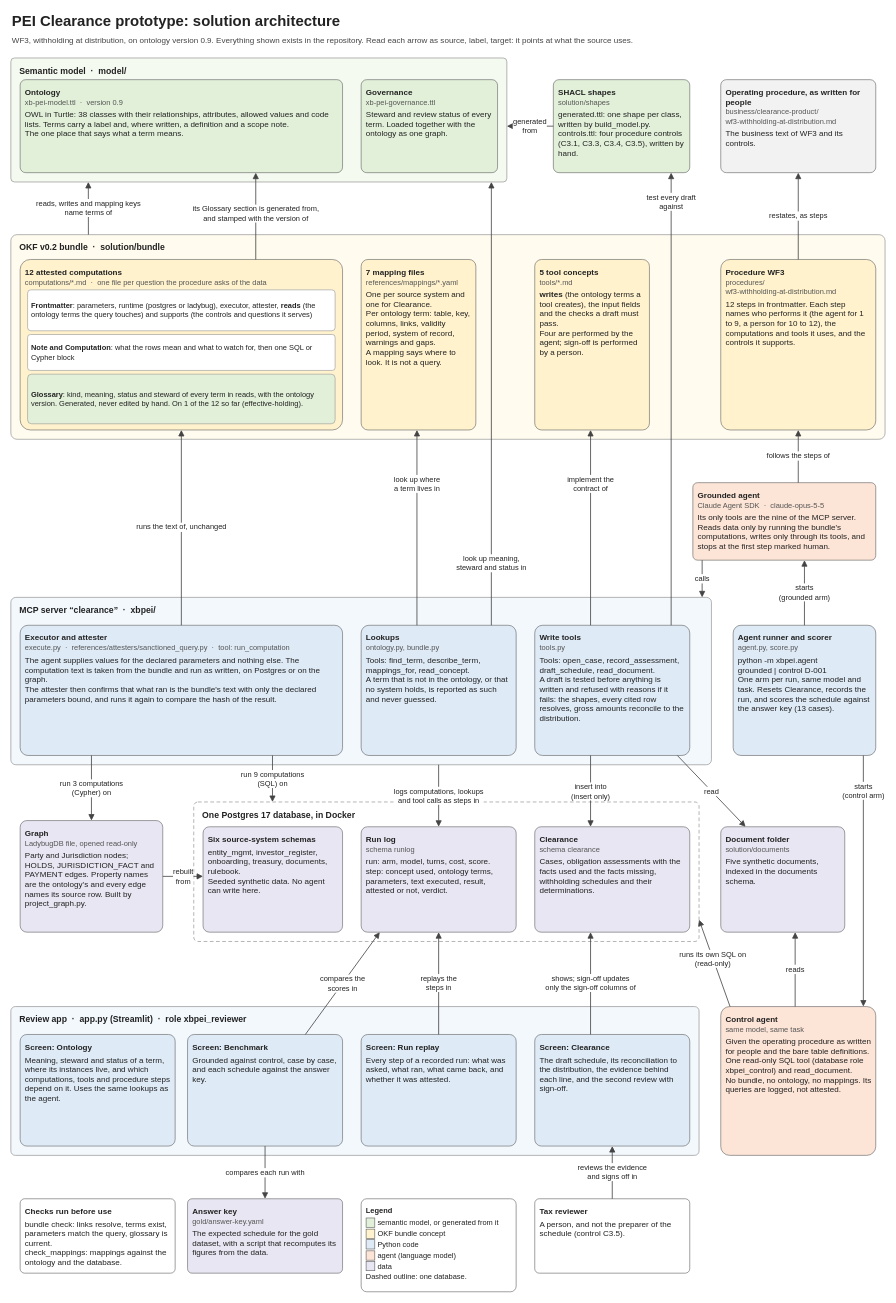
Above: solution/solution-architecture.drawio in ssfd7/cross-border-pei (draw.io), before the change. Source tidied: cells renumbered, new cells numbered last; positions are measured from the earlier drawing's top-left corner, leaving out a move shared by most shapes. Both pictures are drawn from the tidied source at 62%, with x=0, y=0 at pixel (11, 11).
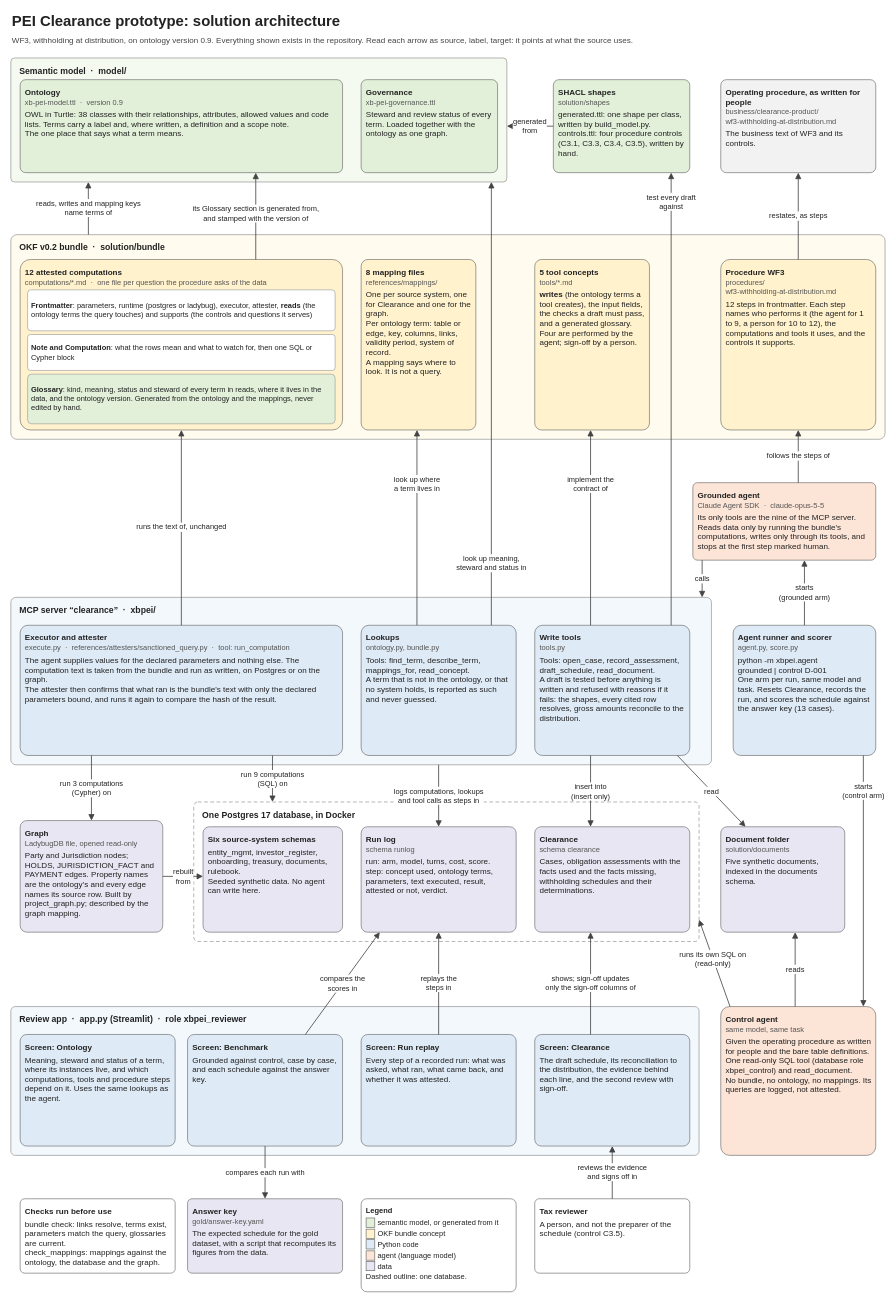
The same page after the edit.

Change to the diagram source:
```diff
@@
-    <mxCell id="16" value="&lt;b&gt;Glossary&lt;/b&gt;: kind, meaning, status and steward of every term in reads, with the ontology version. Generated, never edited by hand. On 1 of the 12 so far (effective-holding)." style="rounded=1;arcSize=8;whiteSpace=wrap;html=1;align=left;verticalAlign=middle;spacing=6;fillColor=#E2F0D9;strokeColor=#999999;strokeWidth=1;fontSize=12;fontColor=#222222;" parent="1" vertex="1">
+    <mxCell id="16" value="&lt;b&gt;Glossary&lt;/b&gt;: kind, meaning, status and steward of every term in reads, where it lives in the data, and the ontology version. Generated from the ontology and the mappings, never edited by hand." style="rounded=1;arcSize=8;whiteSpace=wrap;html=1;align=left;verticalAlign=middle;spacing=6;fillColor=#E2F0D9;strokeColor=#999999;strokeWidth=1;fontSize=12;fontColor=#222222;" parent="1" vertex="1">
       <mxGeometry x="27" y="586" width="496" height="80" as="geometry" />
     </mxCell>
-    <mxCell id="17" value="&lt;b&gt;7 mapping files&lt;/b&gt;&lt;br&gt;&lt;font color=&quot;#555555&quot; style=&quot;font-size:12px&quot;&gt;references/mappings/*.yaml&lt;/font&gt;&lt;div style=&quot;margin-top:5px&quot;&gt;One per source system and one for Clearance.&lt;br&gt;Per ontology term: table, key, columns, links, validity period, system of record, warnings and gaps.&lt;br&gt;A mapping says where to look. It is not a query.&lt;/div&gt;" style="rounded=1;arcSize=6;whiteSpace=wrap;html=1;align=left;verticalAlign=top;spacing=8;fillColor=#FFF2CC;strokeColor=#666666;strokeWidth=1;fontSize=13;fontColor=#222222;" parent="1" vertex="1">
+    <mxCell id="17" value="&lt;b&gt;8 mapping files&lt;/b&gt;&lt;br&gt;&lt;font color=&quot;#555555&quot; style=&quot;font-size:12px&quot;&gt;references/mappings/&lt;/font&gt;&lt;div style=&quot;margin-top:5px&quot;&gt;One per source system, one for Clearance and one for the graph.&lt;br&gt;Per ontology term: table or edge, key, columns, links, validity period, system of record.&lt;br&gt;A mapping says where to look. It is not a query.&lt;/div&gt;" style="rounded=1;arcSize=6;whiteSpace=wrap;html=1;align=left;verticalAlign=top;spacing=8;fillColor=#FFF2CC;strokeColor=#666666;strokeWidth=1;fontSize=13;fontColor=#222222;" parent="1" vertex="1">
       <mxGeometry x="565" y="401" width="185" height="275" as="geometry" />
     </mxCell>
-    <mxCell id="18" value="&lt;b&gt;5 tool concepts&lt;/b&gt;&lt;br&gt;&lt;font color=&quot;#555555&quot; style=&quot;font-size:12px&quot;&gt;tools/*.md&lt;/font&gt;&lt;div style=&quot;margin-top:5px&quot;&gt;&lt;b&gt;writes&lt;/b&gt; (the ontology terms a tool creates), the input fields and the checks a draft must pass.&lt;br&gt;Four are performed by the agent; sign-off is performed by a person.&lt;/div&gt;" style="rounded=1;arcSize=6;whiteSpace=wrap;html=1;align=left;verticalAlign=top;spacing=8;fillColor=#FFF2CC;strokeColor=#666666;strokeWidth=1;fontSize=13;fontColor=#222222;" parent="1" vertex="1">
+    <mxCell id="18" value="&lt;b&gt;5 tool concepts&lt;/b&gt;&lt;br&gt;&lt;font color=&quot;#555555&quot; style=&quot;font-size:12px&quot;&gt;tools/*.md&lt;/font&gt;&lt;div style=&quot;margin-top:5px&quot;&gt;&lt;b&gt;writes&lt;/b&gt; (the ontology terms a tool creates), the input fields, the checks a draft must pass, and a generated glossary.&lt;br&gt;Four are performed by the agent; sign-off by a person.&lt;/div&gt;" style="rounded=1;arcSize=6;whiteSpace=wrap;html=1;align=left;verticalAlign=top;spacing=8;fillColor=#FFF2CC;strokeColor=#666666;strokeWidth=1;fontSize=13;fontColor=#222222;" parent="1" vertex="1">
       <mxGeometry x="845" y="401" width="185" height="275" as="geometry" />
     </mxCell>
@@
-    <mxCell id="25" value="&lt;b&gt;Graph&lt;/b&gt;&lt;br&gt;&lt;font color=&quot;#555555&quot; style=&quot;font-size:12px&quot;&gt;LadybugDB file, opened read-only&lt;/font&gt;&lt;div style=&quot;margin-top:5px&quot;&gt;Party and Jurisdiction nodes; HOLDS, JURISDICTION_FACT and PAYMENT edges. Property names are the ontology's and every edge names its source row. Built by project_graph.py.&lt;/div&gt;" style="rounded=1;arcSize=6;whiteSpace=wrap;html=1;align=left;verticalAlign=top;spacing=8;fillColor=#E8E6F2;strokeColor=#666666;strokeWidth=1;fontSize=13;fontColor=#222222;" parent="1" vertex="1">
+    <mxCell id="25" value="&lt;b&gt;Graph&lt;/b&gt;&lt;br&gt;&lt;font color=&quot;#555555&quot; style=&quot;font-size:12px&quot;&gt;LadybugDB file, opened read-only&lt;/font&gt;&lt;div style=&quot;margin-top:5px&quot;&gt;Party and Jurisdiction nodes; HOLDS, JURISDICTION_FACT and PAYMENT edges. Property names are the ontology's and every edge names its source row. Built by project_graph.py; described by the graph mapping.&lt;/div&gt;" style="rounded=1;arcSize=6;whiteSpace=wrap;html=1;align=left;verticalAlign=top;spacing=8;fillColor=#E8E6F2;strokeColor=#666666;strokeWidth=1;fontSize=13;fontColor=#222222;" parent="1" vertex="1">
       <mxGeometry x="15" y="1306" width="230" height="180" as="geometry" />
     </mxCell>
@@
-    <mxCell id="35" value="&lt;b&gt;Checks run before use&lt;/b&gt;&lt;div style=&quot;margin-top:5px&quot;&gt;bundle check: links resolve, terms exist, parameters match the query, glossary is current.&lt;br&gt;check_mappings: mappings against the ontology and the database.&lt;/div&gt;" style="rounded=1;arcSize=6;whiteSpace=wrap;html=1;align=left;verticalAlign=top;spacing=8;fillColor=#FFFFFF;strokeColor=#666666;strokeWidth=1;fontSize=13;fontColor=#222222;" parent="1" vertex="1">
+    <mxCell id="35" value="&lt;b&gt;Checks run before use&lt;/b&gt;&lt;div style=&quot;margin-top:5px&quot;&gt;bundle check: links resolve, terms exist, parameters match the query, glossaries are current.&lt;br&gt;check_mappings: mappings against the ontology, the database and the graph.&lt;/div&gt;" style="rounded=1;arcSize=6;whiteSpace=wrap;html=1;align=left;verticalAlign=top;spacing=8;fillColor=#FFFFFF;strokeColor=#666666;strokeWidth=1;fontSize=13;fontColor=#222222;" parent="1" vertex="1">
       <mxGeometry x="15" y="1916" width="250" height="120" as="geometry" />
     </mxCell>
```
